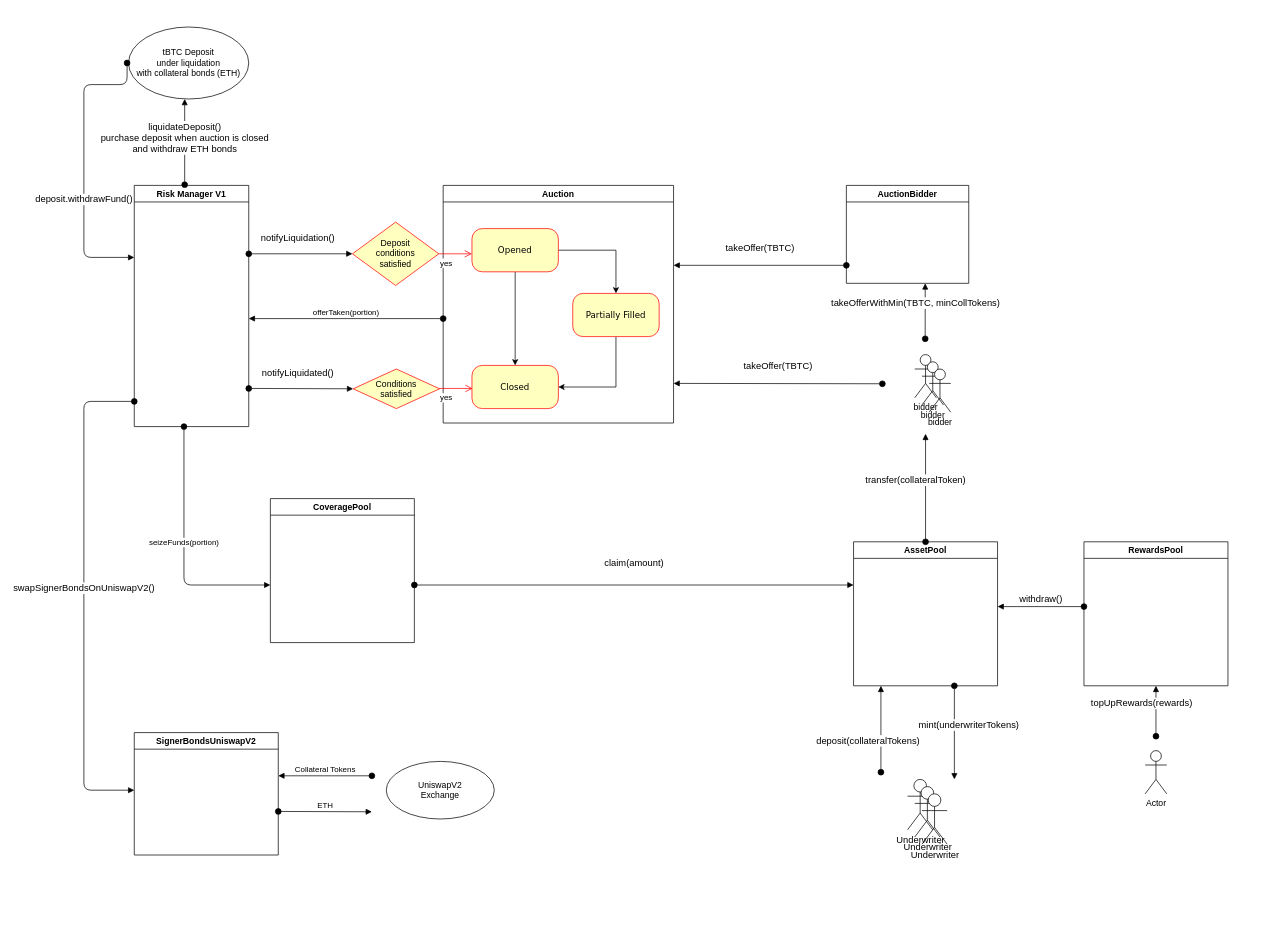
Before: page "Page-1" (1 of 2) of diagram/Untitled Diagram.drawio in dimpar/tmp, a draw.io diagram. Source tidied: cells renumbered, new cells numbered last; positions are measured from the earlier drawing's top-left corner, leaving out a move shared by most shapes. Both pictures are drawn from the tidied source at 72%, with x=0, y=0 at pixel (84, 27).
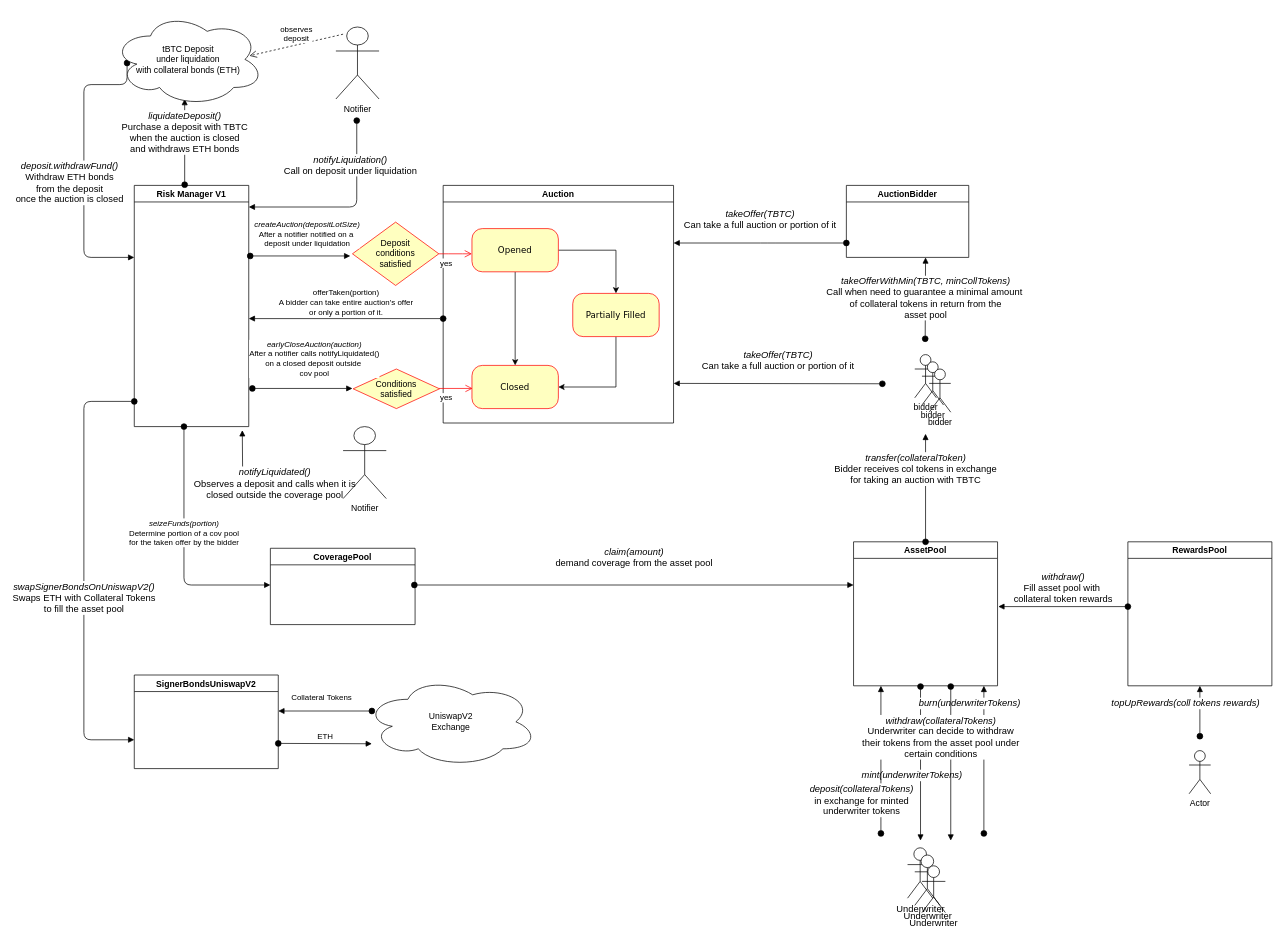
The same page after the edit.

Unchanged cells that the change refers to:
```xml
<mxCell id="9" value="Risk Manager V1" style="swimlane;" parent="1" vertex="1">
  <mxGeometry x="70" y="220" width="159" height="335" as="geometry" />
</mxCell>
<mxCell id="13" value="Deposit &lt;br&gt;conditions&lt;br&gt;satisfied" style="rhombus;whiteSpace=wrap;html=1;fillColor=#ffffc0;strokeColor=#ff0000;" parent="1" vertex="1">
  <mxGeometry x="373" y="271" width="120" height="88" as="geometry" />
</mxCell>
<mxCell id="15" value="Conditions&lt;br&gt;satisfied" style="rhombus;whiteSpace=wrap;html=1;fillColor=#ffffc0;strokeColor=#ff0000;" parent="1" vertex="1">
  <mxGeometry x="374" y="475" width="120" height="55" as="geometry" />
</mxCell>
<mxCell id="18" value="AssetPool" style="swimlane;" parent="1" vertex="1">
  <mxGeometry x="1069" y="715" width="200" height="200" as="geometry" />
</mxCell>
```

What changed in the source:
```diff
@@
-    <mxCell id="10" value="&lt;font style=&quot;font-size: 13px&quot;&gt;notifyLiquidation()&lt;/font&gt;" style="html=1;verticalAlign=bottom;startArrow=oval;startFill=1;endArrow=block;startSize=8;entryX=0;entryY=0.5;entryDx=0;entryDy=0;" parent="9" edge="1" target="13">
-      <mxGeometry x="-0.06" y="11" relative="1" as="geometry">
-        <mxPoint x="159" y="95" as="sourcePoint" />
-      </mxGeometry>
-    </mxCell>
-    <mxCell id="11" value="&lt;font style=&quot;font-size: 13px&quot;&gt;notifyLiquidated()&lt;/font&gt;" style="html=1;verticalAlign=bottom;startArrow=oval;startFill=1;endArrow=block;startSize=8;entryX=0;entryY=0.5;entryDx=0;entryDy=0;" parent="9" edge="1" target="15">
-      <mxGeometry x="-0.06" y="11" relative="1" as="geometry">
-        <mxPoint x="159" y="282" as="sourcePoint" />
+    <mxCell id="11" value="&lt;font style=&quot;font-size: 13px&quot;&gt;&lt;i&gt;notifyLiquidated()&lt;/i&gt;&lt;br&gt;Observes a deposit and calls when it is &lt;br&gt;closed outside the coverage pool&lt;br&gt;&lt;/font&gt;" style="html=1;verticalAlign=bottom;startArrow=oval;startFill=1;endArrow=block;startSize=8;edgeStyle=orthogonalEdgeStyle;" parent="9" edge="1">
+      <mxGeometry x="-0.05" y="40" relative="1" as="geometry">
+        <mxPoint x="290" y="400" as="sourcePoint" />
+        <mxPoint x="150" y="340" as="targetPoint" />
       </mxGeometry>
     </mxCell>
@@
-    <mxCell id="17" value="&lt;font style=&quot;font-size: 13px&quot;&gt;takeOffer(TBTC)&lt;/font&gt;" style="html=1;verticalAlign=bottom;startArrow=oval;startFill=1;endArrow=block;startSize=8;" parent="1" edge="1">
+    <mxCell id="17" value="&lt;font style=&quot;font-size: 13px&quot;&gt;&lt;i&gt;takeOffer(TBTC)&lt;br&gt;&lt;/i&gt;Can take a full auction or portion of it&lt;br&gt;&lt;/font&gt;" style="html=1;verticalAlign=bottom;startArrow=oval;startFill=1;endArrow=block;startSize=8;" parent="1" edge="1">
       <mxGeometry y="-14" relative="1" as="geometry">
         <mxPoint x="1109" y="495.5" as="sourcePoint" />
         <mxPoint x="819" y="495" as="targetPoint" />
       </mxGeometry>
     </mxCell>
@@
-    <mxCell id="19" value="&lt;font style=&quot;font-size: 13px&quot;&gt;transfer(collateralToken)&lt;/font&gt;" style="html=1;verticalAlign=bottom;startArrow=oval;startFill=1;endArrow=block;startSize=8;exitX=0.5;exitY=0;exitDx=0;exitDy=0;" parent="1" edge="1" source="18">
+    <mxCell id="19" value="&lt;font style=&quot;font-size: 13px&quot;&gt;&lt;i&gt;transfer(collateralToken)&lt;/i&gt;&lt;br&gt;Bidder receives col tokens in exchange&lt;br&gt;for taking an auction with TBTC&lt;br&gt;&lt;/font&gt;" style="html=1;verticalAlign=bottom;startArrow=oval;startFill=1;endArrow=block;startSize=8;exitX=0.5;exitY=0;exitDx=0;exitDy=0;" parent="1" edge="1" source="18">
       <mxGeometry y="14" relative="1" as="geometry">
         <mxPoint x="1169" y="565" as="targetPoint" />
       </mxGeometry>
     </mxCell>
-    <mxCell id="20" value="offerTaken(portion)" style="html=1;verticalAlign=bottom;startArrow=oval;startFill=1;endArrow=block;startSize=8;" parent="1" edge="1">
+    <mxCell id="20" value="offerTaken(portion)&lt;br&gt;A bidder can take entire auction's offer&lt;br&gt;or only a portion of it." style="html=1;verticalAlign=bottom;startArrow=oval;startFill=1;endArrow=block;startSize=8;" parent="1" edge="1">
       <mxGeometry relative="1" as="geometry">
         <mxPoint x="499" y="405" as="sourcePoint" />
         <mxPoint x="229" y="405" as="targetPoint" />
       </mxGeometry>
     </mxCell>
-    <mxCell id="21" value="seizeFunds(portion)" style="html=1;verticalAlign=bottom;startArrow=oval;startFill=1;endArrow=block;startSize=8;edgeStyle=orthogonalEdgeStyle;elbow=vertical;" parent="1" edge="1">
+    <mxCell id="21" value="&lt;i&gt;seizeFunds(portion)&lt;/i&gt;&lt;br&gt;Determine portion of a cov pool&lt;br&gt;for the taken offer by the bidder" style="html=1;verticalAlign=bottom;startArrow=oval;startFill=1;endArrow=block;startSize=8;edgeStyle=orthogonalEdgeStyle;elbow=vertical;" parent="1" edge="1">
       <mxGeometry relative="1" as="geometry">
         <mxPoint x="139" y="555" as="sourcePoint" />
         <mxPoint x="259" y="775" as="targetPoint" />
         <Array as="points">
           <mxPoint x="139" y="775" />
         </Array>
       </mxGeometry>
     </mxCell>
     <mxCell id="22" value="CoveragePool" style="swimlane;" parent="1" vertex="1">
-      <mxGeometry x="259" y="655" width="200" height="200" as="geometry" />
+      <mxGeometry x="259" y="724" width="201" height="106" as="geometry" />
     </mxCell>
-    <mxCell id="23" value="&lt;font style=&quot;font-size: 13px&quot;&gt;claim(amount)&lt;/font&gt;" style="html=1;verticalAlign=bottom;startArrow=oval;startFill=1;endArrow=block;startSize=8;" parent="1" edge="1">
+    <mxCell id="23" value="&lt;font style=&quot;font-size: 13px&quot;&gt;&lt;i&gt;claim(amount)&lt;/i&gt;&lt;br&gt;demand coverage from the asset pool&lt;br&gt;&lt;/font&gt;" style="html=1;verticalAlign=bottom;startArrow=oval;startFill=1;endArrow=block;startSize=8;" parent="1" edge="1">
       <mxGeometry y="20" relative="1" as="geometry">
         <mxPoint x="459" y="775" as="sourcePoint" />
         <mxPoint x="1069" y="775" as="targetPoint" />
       </mxGeometry>
     </mxCell>
     <mxCell id="24" value="AuctionBidder" style="swimlane;" parent="1" vertex="1">
-      <mxGeometry x="1059" y="220" width="170" height="136" as="geometry" />
+      <mxGeometry x="1059" y="220" width="170" height="100" as="geometry" />
     </mxCell>
-    <mxCell id="25" value="&lt;font style=&quot;font-size: 13px&quot;&gt;takeOffer(TBTC)&lt;/font&gt;" style="html=1;verticalAlign=bottom;startArrow=oval;startFill=1;endArrow=block;startSize=8;" parent="1" edge="1">
+    <mxCell id="25" value="&lt;font style=&quot;font-size: 13px&quot;&gt;&lt;i&gt;takeOffer(TBTC)&lt;/i&gt;&lt;br&gt;Can take a full auction or portion of it&lt;br&gt;&lt;/font&gt;" style="html=1;verticalAlign=bottom;startArrow=oval;startFill=1;endArrow=block;startSize=8;" parent="1" edge="1">
       <mxGeometry y="-14" relative="1" as="geometry">
-        <mxPoint x="1059" y="331" as="sourcePoint" />
-        <mxPoint x="819" y="331" as="targetPoint" />
+        <mxPoint x="1059" y="300" as="sourcePoint" />
+        <mxPoint x="819" y="300" as="targetPoint" />
+        <Array as="points">
+          <mxPoint x="950" y="300" />
+        </Array>
       </mxGeometry>
     </mxCell>
-    <mxCell id="26" value="&lt;font style=&quot;font-size: 13px&quot;&gt;takeOfferWithMin(TBTC, minCollTokens)&lt;/font&gt;" style="html=1;verticalAlign=bottom;startArrow=oval;startFill=1;endArrow=block;startSize=8;" parent="1" edge="1">
-      <mxGeometry y="14" relative="1" as="geometry">
+    <mxCell id="26" value="&lt;font style=&quot;font-size: 13px&quot;&gt;&lt;i&gt;takeOfferWithMin(TBTC, minCollTokens)&lt;/i&gt;&lt;br&gt;Call when need to guarantee a minimal amount&amp;nbsp;&lt;br&gt;of collateral tokens in return from the&lt;br&gt;asset pool&lt;br&gt;&lt;/font&gt;" style="html=1;verticalAlign=bottom;startArrow=oval;startFill=1;endArrow=block;startSize=8;" parent="1" edge="1">
+      <mxGeometry x="-0.59" relative="1" as="geometry">
         <mxPoint x="1168.5" y="433" as="sourcePoint" />
-        <mxPoint x="1168.5" y="356" as="targetPoint" />
+        <mxPoint x="1169" y="320" as="targetPoint" />
       </mxGeometry>
     </mxCell>
@@
     <mxCell id="29" value="&lt;font style=&quot;font-size: 13px&quot;&gt;Underwriter&lt;/font&gt;" style="shape=umlActor;verticalLabelPosition=bottom;verticalAlign=top;html=1;" parent="1" vertex="1">
-      <mxGeometry x="1144" y="1045" width="35" height="70" as="geometry" />
+      <mxGeometry x="1144" y="1140" width="35" height="70" as="geometry" />
     </mxCell>
     <mxCell id="30" value="&lt;font style=&quot;font-size: 13px&quot;&gt;Underwriter&lt;/font&gt;" style="shape=umlActor;verticalLabelPosition=bottom;verticalAlign=top;html=1;" parent="1" vertex="1">
-      <mxGeometry x="1154" y="1055" width="35" height="70" as="geometry" />
+      <mxGeometry x="1154" y="1150" width="35" height="70" as="geometry" />
     </mxCell>
     <mxCell id="31" value="&lt;font style=&quot;font-size: 13px&quot;&gt;Underwriter&lt;/font&gt;" style="shape=umlActor;verticalLabelPosition=bottom;verticalAlign=top;html=1;" parent="1" vertex="1">
-      <mxGeometry x="1164" y="1065" width="35" height="70" as="geometry" />
+      <mxGeometry x="1164" y="1165" width="32.5" height="65" as="geometry" />
     </mxCell>
-    <mxCell id="32" value="&lt;font style=&quot;font-size: 13px&quot;&gt;mint(underwriterTokens)&lt;/font&gt;" style="html=1;verticalAlign=bottom;startArrow=oval;startFill=1;endArrow=block;startSize=8;" parent="1" edge="1">
-      <mxGeometry y="20" relative="1" as="geometry">
-        <mxPoint x="1209" y="915" as="sourcePoint" />
-        <mxPoint x="1209" y="1045" as="targetPoint" />
+    <mxCell id="32" value="&lt;font style=&quot;font-size: 13px&quot;&gt;&lt;i&gt;mint(underwriterTokens)&lt;/i&gt;&lt;/font&gt;" style="html=1;verticalAlign=bottom;startArrow=oval;startFill=1;endArrow=block;startSize=8;" parent="1" edge="1">
+      <mxGeometry x="0.25" y="-12" relative="1" as="geometry">
+        <mxPoint x="1162" y="916" as="sourcePoint" />
+        <mxPoint x="1162" y="1130" as="targetPoint" />
       </mxGeometry>
     </mxCell>
-    <mxCell id="33" value="&lt;font style=&quot;font-size: 13px&quot;&gt;deposit(collateralTokens)&lt;/font&gt;" style="html=1;verticalAlign=bottom;startArrow=oval;startFill=1;endArrow=block;startSize=8;" parent="1" edge="1">
-      <mxGeometry x="-0.45" y="18" relative="1" as="geometry">
-        <mxPoint x="1107" y="1035" as="sourcePoint" />
+    <mxCell id="33" value="&lt;font style=&quot;font-size: 13px&quot;&gt;&lt;i&gt;deposit(collateralTokens)&lt;/i&gt;&lt;br&gt;in exchange for minted&lt;br&gt;underwriter tokens&lt;br&gt;&lt;/font&gt;" style="html=1;verticalAlign=bottom;startArrow=oval;startFill=1;endArrow=block;startSize=8;" parent="1" edge="1">
+      <mxGeometry x="-0.8" y="27" relative="1" as="geometry">
+        <mxPoint x="1107" y="1120" as="sourcePoint" />
         <mxPoint x="1107" y="915" as="targetPoint" />
       </mxGeometry>
     </mxCell>
     <mxCell id="34" value="RewardsPool" style="swimlane;" parent="1" vertex="1">
-      <mxGeometry x="1389" y="715" width="200" height="200" as="geometry" />
+      <mxGeometry x="1450" y="715" width="200" height="200" as="geometry" />
     </mxCell>
-    <mxCell id="35" value="&lt;font style=&quot;font-size: 13px&quot;&gt;withdraw()&lt;/font&gt;" style="html=1;verticalAlign=bottom;startArrow=oval;startFill=1;endArrow=block;startSize=8;" parent="1" edge="1">
+    <mxCell id="35" value="&lt;font style=&quot;font-size: 13px&quot;&gt;&lt;i&gt;withdraw()&lt;/i&gt;&lt;br&gt;Fill asset pool with&amp;nbsp;&lt;br&gt;collateral token rewards&lt;br&gt;&lt;/font&gt;" style="html=1;verticalAlign=bottom;startArrow=oval;startFill=1;endArrow=block;startSize=8;" parent="1" edge="1">
       <mxGeometry relative="1" as="geometry">
-        <mxPoint x="1389" y="805" as="sourcePoint" />
-        <mxPoint x="1269" y="805" as="targetPoint" />
+        <mxPoint x="1450" y="805" as="sourcePoint" />
+        <mxPoint x="1270" y="805" as="targetPoint" />
       </mxGeometry>
     </mxCell>
     <mxCell id="36" value="Actor" style="shape=umlActor;verticalLabelPosition=bottom;verticalAlign=top;html=1;" parent="1" vertex="1">
-      <mxGeometry x="1474" y="1005" width="30" height="60" as="geometry" />
+      <mxGeometry x="1535" y="1005" width="30" height="60" as="geometry" />
     </mxCell>
-    <mxCell id="37" value="&lt;font style=&quot;font-size: 13px&quot;&gt;topUpRewards(rewards)&lt;/font&gt;" style="html=1;verticalAlign=bottom;startArrow=oval;startFill=1;endArrow=block;startSize=8;" parent="1" edge="1">
+    <mxCell id="37" value="&lt;font style=&quot;font-size: 13px&quot;&gt;&lt;i&gt;topUpRewards(coll tokens rewards)&lt;/i&gt;&lt;/font&gt;" style="html=1;verticalAlign=bottom;startArrow=oval;startFill=1;endArrow=block;startSize=8;" parent="1" edge="1">
       <mxGeometry y="20" relative="1" as="geometry">
-        <mxPoint x="1489" y="985" as="sourcePoint" />
-        <mxPoint x="1489" y="915" as="targetPoint" />
+        <mxPoint x="1550" y="985" as="sourcePoint" />
+        <mxPoint x="1550" y="915" as="targetPoint" />
       </mxGeometry>
     </mxCell>
-    <mxCell id="38" value="tBTC Deposit&lt;br&gt;under liquidation&lt;br&gt;with collateral bonds (ETH)" style="ellipse;whiteSpace=wrap;html=1;" parent="1" vertex="1">
-      <mxGeometry x="62" width="167" height="100" as="geometry" />
-    </mxCell>
-    <mxCell id="39" value="&lt;font style=&quot;font-size: 13px&quot;&gt;liquidateDeposit()&lt;br&gt;purchase deposit when auction is closed&lt;br&gt;and withdraw ETH bonds&lt;/font&gt;" style="html=1;verticalAlign=bottom;startArrow=oval;startFill=1;endArrow=block;startSize=8;" parent="1" edge="1">
+    <mxCell id="39" value="&lt;font style=&quot;font-size: 13px&quot;&gt;&lt;i&gt;liquidateDeposit()&lt;/i&gt;&lt;br&gt;Purchase a deposit with TBTC&lt;br&gt;when the auction is closed&lt;br&gt;and withdraws ETH bonds&lt;/font&gt;" style="html=1;verticalAlign=bottom;startArrow=oval;startFill=1;endArrow=block;startSize=8;" parent="1" edge="1">
       <mxGeometry x="-0.34" relative="1" as="geometry">
         <mxPoint x="140" y="219" as="sourcePoint" />
         <mxPoint x="140" y="100" as="targetPoint" />
       </mxGeometry>
     </mxCell>
-    <mxCell id="40" value="&lt;font style=&quot;font-size: 13px&quot;&gt;deposit.withdrawFund()&lt;/font&gt;" style="html=1;verticalAlign=bottom;startArrow=oval;startFill=1;endArrow=block;startSize=8;edgeStyle=orthogonalEdgeStyle;" parent="1" edge="1">
-      <mxGeometry x="0.3" relative="1" as="geometry">
+    <mxCell id="40" value="&lt;font style=&quot;font-size: 13px&quot;&gt;&lt;i&gt;deposit.withdrawFund()&lt;/i&gt;&lt;br&gt;Withdraw ETH bonds&lt;br&gt;from the deposit&lt;br&gt;once the auction is closed&lt;br&gt;&lt;/font&gt;" style="html=1;verticalAlign=bottom;startArrow=oval;startFill=1;endArrow=block;startSize=8;edgeStyle=orthogonalEdgeStyle;" parent="1" edge="1">
+      <mxGeometry x="0.3" y="-20" relative="1" as="geometry">
         <mxPoint x="60" y="50" as="sourcePoint" />
         <mxPoint x="70" y="320" as="targetPoint" />
         <Array as="points">
           <mxPoint x="60" y="80" />
           <mxPoint y="80" />
         </Array>
       </mxGeometry>
     </mxCell>
     <mxCell id="41" value="SignerBondsUniswapV2" style="swimlane;" parent="1" vertex="1">
-      <mxGeometry x="70" y="980" width="200" height="170" as="geometry" />
+      <mxGeometry x="70" y="900" width="200" height="130" as="geometry" />
     </mxCell>
-    <mxCell id="42" value="&lt;font style=&quot;font-size: 13px&quot;&gt;swapSignerBondsOnUniswapV2()&lt;/font&gt;" style="html=1;verticalAlign=bottom;startArrow=oval;startFill=1;endArrow=block;startSize=8;edgeStyle=orthogonalEdgeStyle;" parent="1" edge="1">
-      <mxGeometry relative="1" as="geometry">
+    <mxCell id="42" value="&lt;font style=&quot;font-size: 13px&quot;&gt;&lt;i&gt;swapSignerBondsOnUniswapV2()&lt;/i&gt;&lt;br&gt;Swaps ETH with Collateral Tokens&lt;br&gt;to fill the asset pool&lt;br&gt;&lt;/font&gt;" style="html=1;verticalAlign=bottom;startArrow=oval;startFill=1;endArrow=block;startSize=8;edgeStyle=orthogonalEdgeStyle;" parent="1" edge="1">
+      <mxGeometry x="0.21" relative="1" as="geometry">
         <mxPoint x="70" y="520" as="sourcePoint" />
-        <mxPoint x="70" y="1060" as="targetPoint" />
+        <mxPoint x="70" y="990" as="targetPoint" />
         <Array as="points">
           <mxPoint y="520" />
-          <mxPoint y="1060" />
+          <mxPoint y="990" />
+          <mxPoint x="70" y="990" />
         </Array>
       </mxGeometry>
     </mxCell>
-    <mxCell id="43" value="UniswapV2&lt;br&gt;Exchange" style="ellipse;whiteSpace=wrap;html=1;" parent="1" vertex="1">
-      <mxGeometry x="420" y="1020" width="150" height="80" as="geometry" />
-    </mxCell>
     <mxCell id="44" value="ETH" style="html=1;verticalAlign=bottom;startArrow=oval;startFill=1;endArrow=block;startSize=8;" parent="1" edge="1">
       <mxGeometry relative="1" as="geometry">
-        <mxPoint x="270" y="1089.5" as="sourcePoint" />
-        <mxPoint x="400" y="1090" as="targetPoint" />
+        <mxPoint x="270" y="995" as="sourcePoint" />
+        <mxPoint x="400" y="995.5" as="targetPoint" />
       </mxGeometry>
     </mxCell>
     <mxCell id="45" value="Collateral Tokens" style="html=1;verticalAlign=bottom;startArrow=oval;startFill=1;endArrow=block;startSize=8;" parent="1" edge="1">
-      <mxGeometry relative="1" as="geometry">
-        <mxPoint x="400" y="1040" as="sourcePoint" />
-        <mxPoint x="270" y="1040" as="targetPoint" />
+      <mxGeometry x="0.08" y="-10" relative="1" as="geometry">
+        <mxPoint x="400" y="950" as="sourcePoint" />
+        <mxPoint x="270" y="950" as="targetPoint" />
       </mxGeometry>
     </mxCell>
+    <mxCell id="46" value="&lt;font style=&quot;font-size: 13px&quot;&gt;&lt;i&gt;burn(underwriterTokens)&lt;/i&gt;&lt;/font&gt;" style="html=1;verticalAlign=bottom;startArrow=oval;startFill=1;endArrow=block;startSize=8;" parent="1" edge="1">
+      <mxGeometry x="0.66" y="20" relative="1" as="geometry">
+        <mxPoint x="1250" y="1120" as="sourcePoint" />
+        <mxPoint x="1250" y="915" as="targetPoint" />
+      </mxGeometry>
+    </mxCell>
+    <mxCell id="47" value="&lt;font style=&quot;font-size: 13px&quot;&gt;&lt;i&gt;withdraw(collateralTokens)&lt;/i&gt;&lt;br&gt;Underwriter can decide to withdraw&lt;br&gt;their tokens from the asset pool under &lt;br&gt;certain conditions&lt;br&gt;&lt;/font&gt;" style="html=1;verticalAlign=bottom;startArrow=oval;startFill=1;endArrow=block;startSize=8;" parent="1" edge="1">
+      <mxGeometry x="-0.03" y="-14" relative="1" as="geometry">
+        <mxPoint x="1204" y="916" as="sourcePoint" />
+        <mxPoint x="1204" y="1130" as="targetPoint" />
+      </mxGeometry>
+    </mxCell>
+    <mxCell id="48" value="Notifier" style="shape=umlActor;verticalLabelPosition=bottom;verticalAlign=top;html=1;" parent="1" vertex="1">
+      <mxGeometry x="350" width="60" height="100" as="geometry" />
+    </mxCell>
+    <mxCell id="10" value="&lt;font style=&quot;font-size: 13px&quot;&gt;&lt;i&gt;notifyLiquidation()&lt;br&gt;&lt;/i&gt;Call on deposit under liquidation&lt;br&gt;&lt;/font&gt;" style="html=1;verticalAlign=bottom;startArrow=oval;startFill=1;endArrow=block;startSize=8;edgeStyle=orthogonalEdgeStyle;" parent="1" edge="1">
+      <mxGeometry x="-0.41" y="-9" relative="1" as="geometry">
+        <mxPoint x="379" y="130" as="sourcePoint" />
+        <mxPoint x="229" y="250" as="targetPoint" />
+        <Array as="points">
+          <mxPoint x="379" y="250" />
+          <mxPoint x="229" y="250" />
+        </Array>
+      </mxGeometry>
+    </mxCell>
+    <mxCell id="49" value="observes&lt;br&gt;deposit" style="html=1;verticalAlign=bottom;endArrow=open;dashed=1;endSize=8;" parent="1" edge="1">
+      <mxGeometry relative="1" as="geometry">
+        <mxPoint x="360" y="10" as="sourcePoint" />
+        <mxPoint x="230" y="40" as="targetPoint" />
+      </mxGeometry>
+    </mxCell>
+    <mxCell id="50" value="&lt;i&gt;createAuction(depositLotSize)&lt;br&gt;&lt;/i&gt;After a notifier notified on a&amp;nbsp;&lt;br&gt;deposit under liquidation" style="html=1;verticalAlign=bottom;startArrow=oval;startFill=1;endArrow=block;startSize=8;" parent="1" edge="1">
+      <mxGeometry x="0.14" y="8" relative="1" as="geometry">
+        <mxPoint x="231" y="318" as="sourcePoint" />
+        <mxPoint x="370" y="318" as="targetPoint" />
+      </mxGeometry>
+    </mxCell>
+    <mxCell id="51" value="Notifier" style="shape=umlActor;verticalLabelPosition=bottom;verticalAlign=top;html=1;" parent="1" vertex="1">
+      <mxGeometry x="360" y="555" width="60" height="100" as="geometry" />
+    </mxCell>
+    <mxCell id="52" value="&lt;i&gt;earlyCloseAuction(auction)&lt;/i&gt;&lt;br&gt;After a notifier calls notifyLiquidated()&lt;br&gt;on a closed deposit outside&amp;nbsp;&lt;br&gt;cov pool" style="html=1;verticalAlign=bottom;startArrow=oval;startFill=1;endArrow=block;startSize=8;" parent="1" edge="1">
+      <mxGeometry x="0.24" y="12" relative="1" as="geometry">
+        <mxPoint x="234" y="502" as="sourcePoint" />
+        <mxPoint x="373" y="502" as="targetPoint" />
+      </mxGeometry>
+    </mxCell>
+    <mxCell id="43" value="&lt;span&gt;UniswapV2&lt;/span&gt;&lt;br&gt;&lt;span&gt;Exchange&lt;/span&gt;" style="ellipse;shape=cloud;whiteSpace=wrap;html=1;" parent="1" vertex="1">
+      <mxGeometry x="390" y="902.5" width="240" height="125" as="geometry" />
+    </mxCell>
+    <mxCell id="38" value="&lt;span&gt;tBTC Deposit&lt;/span&gt;&lt;br&gt;&lt;span&gt;under liquidation&lt;/span&gt;&lt;br&gt;&lt;span&gt;with collateral bonds (ETH)&lt;/span&gt;" style="ellipse;shape=cloud;whiteSpace=wrap;html=1;" parent="1" vertex="1">
+      <mxGeometry x="40" y="-20" width="210" height="130" as="geometry" />
+    </mxCell>
```
